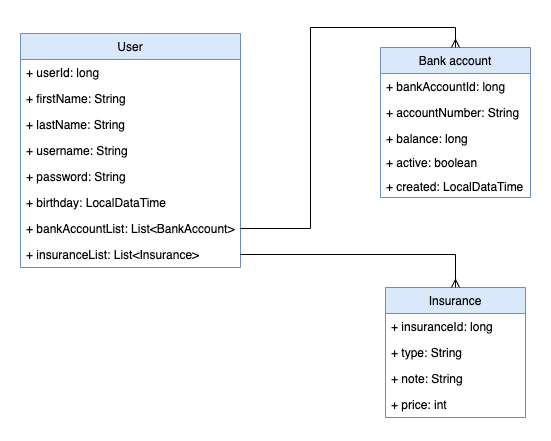
Before: relationship.png, a diagram exported from draw.io (farajan/e-banking). Source tidied: cells renumbered, new cells last; positions are measured from the earlier drawing's top-left corner, leaving out a move shared by most shapes.
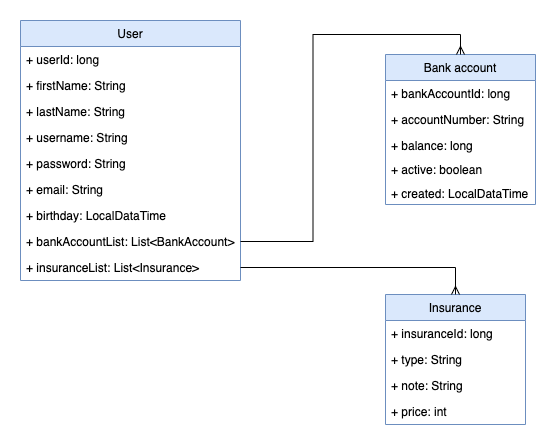
Later version of the same file.

Diff of the diagram source:
```diff
@@ -3,7 +3,7 @@
     <mxCell id="0" />
     <mxCell id="1" parent="0" />
     <mxCell id="2" value="User" style="swimlane;fontStyle=0;horizontal=1;startSize=26;fillColor=#dae8fc;strokeColor=#6c8ebf;" parent="1" vertex="1">
-      <mxGeometry width="220" height="234" as="geometry" />
+      <mxGeometry width="220" height="260" as="geometry" />
     </mxCell>
     <mxCell id="3" value="+ userId: long" style="text;strokeColor=none;fillColor=none;align=left;verticalAlign=top;spacingLeft=4;spacingRight=4;overflow=hidden;" parent="2" vertex="1">
       <mxGeometry y="26" width="220" height="26" as="geometry" />
@@ -20,17 +20,20 @@
     <mxCell id="7" value="+ password: String" style="text;strokeColor=none;fillColor=none;align=left;verticalAlign=top;spacingLeft=4;spacingRight=4;overflow=hidden;" parent="2" vertex="1">
       <mxGeometry y="130" width="220" height="26" as="geometry" />
     </mxCell>
+    <mxCell id="24" value="+ email: String" style="text;strokeColor=none;fillColor=none;align=left;verticalAlign=top;spacingLeft=4;spacingRight=4;overflow=hidden;" parent="2" vertex="1">
+      <mxGeometry y="156" width="220" height="26" as="geometry" />
+    </mxCell>
     <mxCell id="8" value="+ birthday: LocalDataTime" style="text;strokeColor=none;fillColor=none;align=left;verticalAlign=top;spacingLeft=4;spacingRight=4;overflow=hidden;" parent="2" vertex="1">
-      <mxGeometry y="156" width="220" height="26" as="geometry" />
+      <mxGeometry y="182" width="220" height="26" as="geometry" />
     </mxCell>
     <mxCell id="9" value="+ bankAccountList: List&lt;BankAccount&gt;" style="text;strokeColor=none;fillColor=none;align=left;verticalAlign=top;spacingLeft=4;spacingRight=4;overflow=hidden;points=[[0,0.5],[1,0.5]];portConstraint=eastwest;" parent="2" vertex="1">
-      <mxGeometry y="182" width="220" height="26" as="geometry" />
+      <mxGeometry y="208" width="220" height="26" as="geometry" />
     </mxCell>
     <mxCell id="10" value="+ insuranceList: List&lt;Insurance&gt;" style="text;strokeColor=none;fillColor=none;align=left;verticalAlign=top;spacingLeft=4;spacingRight=4;overflow=hidden;points=[[0,0.5],[1,0.5]];portConstraint=eastwest;" parent="2" vertex="1">
-      <mxGeometry y="208" width="220" height="26" as="geometry" />
+      <mxGeometry y="234" width="220" height="26" as="geometry" />
     </mxCell>
     <mxCell id="11" value="Bank account" style="swimlane;fontStyle=0;horizontal=1;startSize=26;fillColor=#dae8fc;strokeColor=#6c8ebf;" parent="1" vertex="1">
-      <mxGeometry x="360" y="14" width="150" height="150" as="geometry" />
+      <mxGeometry x="365" y="34" width="150" height="150" as="geometry" />
     </mxCell>
     <mxCell id="12" value="+ bankAccountId: long" style="text;strokeColor=none;fillColor=none;align=left;verticalAlign=top;spacingLeft=4;spacingRight=4;overflow=hidden;" parent="11" vertex="1">
       <mxGeometry y="26" width="150" height="26" as="geometry" />
@@ -48,7 +51,7 @@
       <mxGeometry y="126" width="150" height="24" as="geometry" />
     </mxCell>
     <mxCell id="17" value="Insurance" style="swimlane;fontStyle=0;horizontal=1;startSize=26;fillColor=#dae8fc;strokeColor=#6c8ebf;" parent="1" vertex="1">
-      <mxGeometry x="365" y="254" width="140" height="130" as="geometry" />
+      <mxGeometry x="365" y="274" width="140" height="130" as="geometry" />
     </mxCell>
     <mxCell id="18" value="+ insuranceId: long" style="text;strokeColor=none;fillColor=none;align=left;verticalAlign=top;spacingLeft=4;spacingRight=4;overflow=hidden;" parent="17" vertex="1">
       <mxGeometry y="26" width="140" height="26" as="geometry" />
@@ -66,7 +69,11 @@
       <mxGeometry relative="1" as="geometry" />
     </mxCell>
     <mxCell id="23" style="edgeStyle=orthogonalEdgeStyle;rounded=0;jettySize=auto;html=1;entryX=0.5;entryY=0;entryDx=0;entryDy=0;endArrow=ERmany;endFill=0;" parent="1" edge="1" source="10" target="17">
-      <mxGeometry relative="1" as="geometry" />
+      <mxGeometry relative="1" as="geometry">
+        <Array as="points">
+          <mxPoint x="435" y="247" />
+        </Array>
+      </mxGeometry>
     </mxCell>
   </root>
 </mxGraphModel>
```
